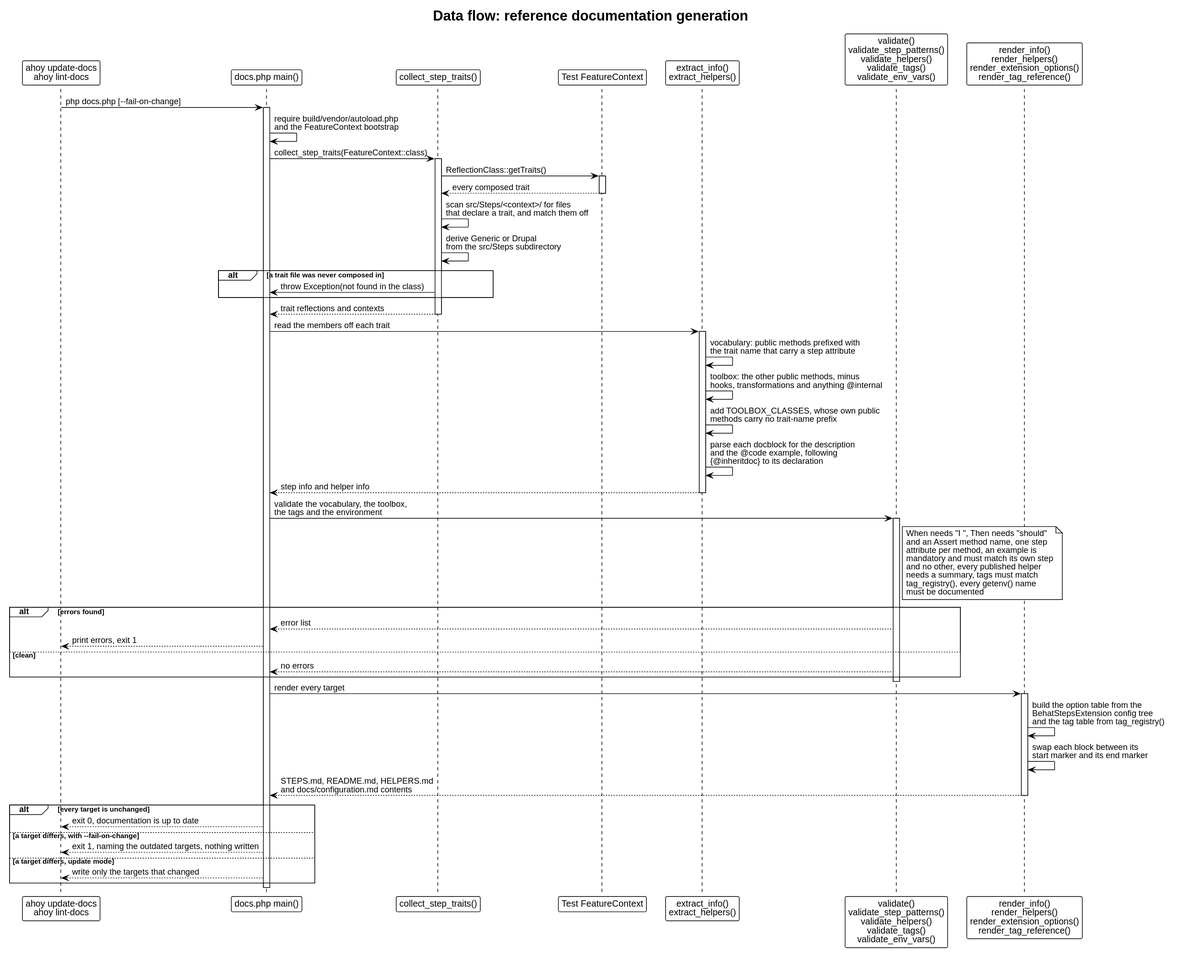
Earlier version of the PlantUML export docs/architecture/dataflow-docs.svg (drevops/behat-steps).
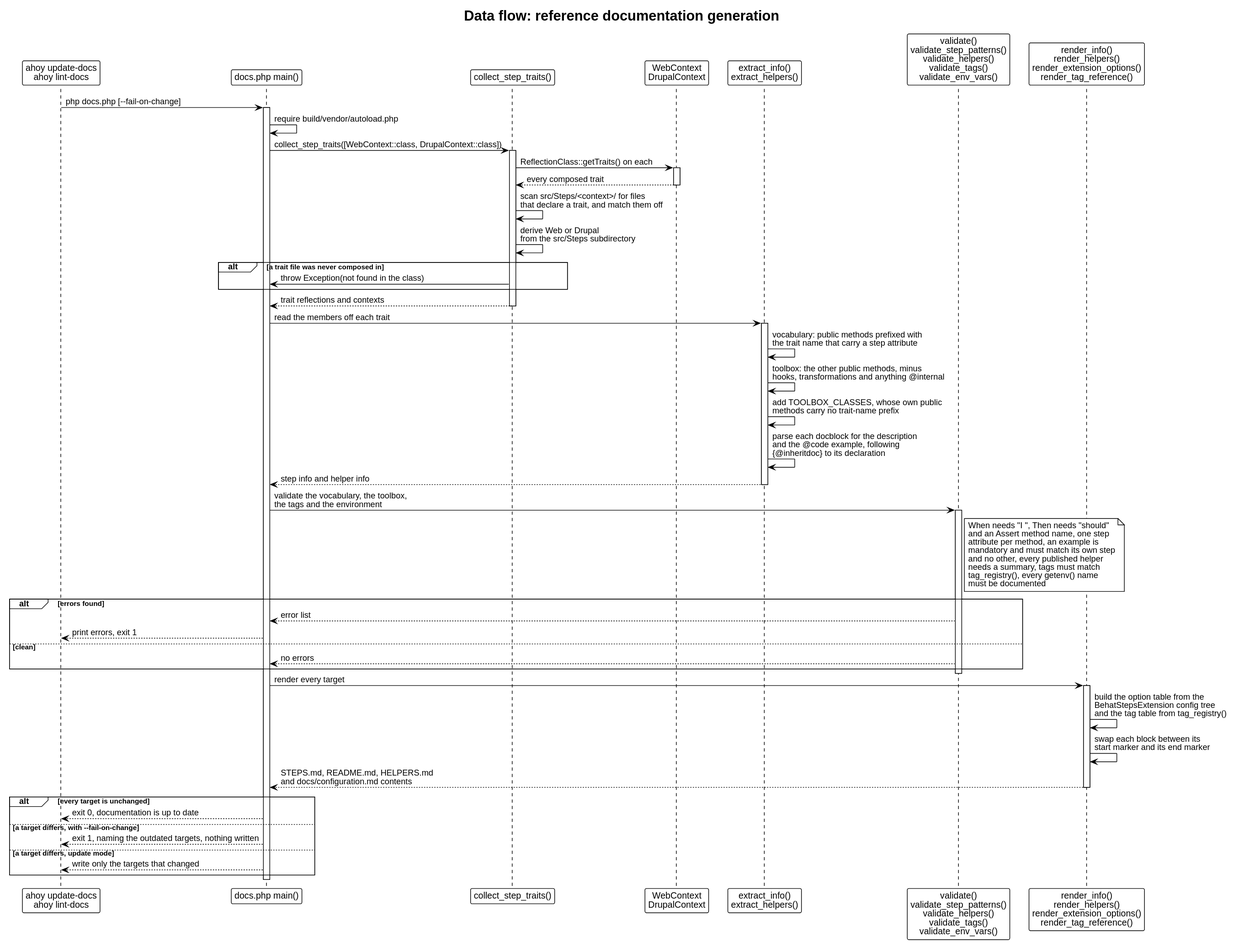
The same diagram one commit later.

The edit, as a diff of the source:
```diff
@@ -8,23 +8,23 @@
 participant "ahoy update-docs\nahoy lint-docs" as Dev
 participant "docs.php main()" as Main
 participant "collect_step_traits()" as Collect
-participant "Test FeatureContext" as Ctx
+participant "WebContext\nDrupalContext" as Ctx
 participant "extract_info()\nextract_helpers()" as Extract
 participant "validate()\nvalidate_step_patterns()\nvalidate_helpers()\nvalidate_tags()\nvalidate_env_vars()" as Validate
 participant "render_info()\nrender_helpers()\nrender_extension_options()\nrender_tag_reference()" as Render
 
 Dev -> Main: php docs.php [~--fail-on-change]
 activate Main
-Main -> Main: require build/vendor/autoload.php\nand the FeatureContext bootstrap
+Main -> Main: require build/vendor/autoload.php
 
-Main -> Collect: collect_step_traits(FeatureContext::class)
+Main -> Collect: collect_step_traits([WebContext::class, DrupalContext::class])
 activate Collect
-Collect -> Ctx: ReflectionClass::getTraits()
+Collect -> Ctx: ReflectionClass::getTraits() on each
 activate Ctx
 Ctx --> Collect: every composed trait
 deactivate Ctx
 Collect -> Collect: scan src/Steps/<context>/ for files\nthat declare a trait, and match them off
-Collect -> Collect: derive Generic or Drupal\nfrom the src/Steps subdirectory
+Collect -> Collect: derive Web or Drupal\nfrom the src/Steps subdirectory
 
 alt a trait file was never composed in
   Collect -> Main: throw Exception(not found in the class)
```
